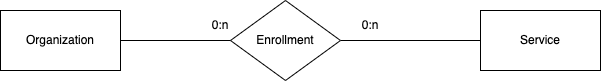
pagopa/devportal-docs keeps this draw.io diagram as docs/9E4vGfV6bOPGpOwZoKIm/.gitbook/assets/EnrollmentPS.drawio.png. Above is the earlier version. Source tidied: cells renumbered, new cells last; positions are measured from the earlier drawing's top-left corner, leaving out a move shared by most shapes. Its diagram source:
```xml
<mxGraphModel>
  <root>
    <mxCell id="0" />
    <mxCell id="1" parent="0" />
    <mxCell id="2" value="Organization" style="rounded=0;whiteSpace=wrap;html=1;" parent="1" vertex="1">
      <mxGeometry y="10" width="120" height="60" as="geometry" />
    </mxCell>
    <mxCell id="3" value="Service" style="rounded=0;whiteSpace=wrap;html=1;" parent="1" vertex="1">
      <mxGeometry x="480" y="10" width="120" height="60" as="geometry" />
    </mxCell>
    <mxCell id="4" style="edgeStyle=orthogonalEdgeStyle;rounded=0;jettySize=auto;html=1;exitX=1;exitY=0.5;exitDx=0;exitDy=0;entryX=0;entryY=0.5;entryDx=0;entryDy=0;endArrow=none;endFill=0;" parent="1" edge="1" source="5" target="3">
      <mxGeometry relative="1" as="geometry" />
    </mxCell>
    <mxCell id="5" value="Enrollment" style="rhombus;whiteSpace=wrap;html=1;" parent="1" vertex="1">
      <mxGeometry x="230" width="110" height="80" as="geometry" />
    </mxCell>
    <mxCell id="6" style="endArrow=none;html=1;rounded=0;exitX=1;exitY=0.5;exitDx=0;exitDy=0;entryX=0;entryY=0.5;entryDx=0;entryDy=0;" parent="1" edge="1" source="2" target="5">
      <mxGeometry relative="1" as="geometry" />
    </mxCell>
    <mxCell id="7" value="0:n" style="text;html=1;strokeColor=none;fillColor=none;align=center;verticalAlign=middle;whiteSpace=wrap;rounded=0;" parent="1" vertex="1">
      <mxGeometry x="190" y="10" width="60" height="30" as="geometry" />
    </mxCell>
    <mxCell id="8" value="0:n" style="text;html=1;strokeColor=none;fillColor=none;align=center;verticalAlign=middle;whiteSpace=wrap;rounded=0;" parent="1" vertex="1">
      <mxGeometry x="340" y="10" width="60" height="30" as="geometry" />
    </mxCell>
  </root>
</mxGraphModel>
```
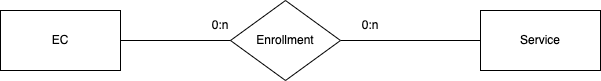
Later version of the same file.

Diff of the diagram source:
```diff
@@ -2,7 +2,7 @@
   <root>
     <mxCell id="0" />
     <mxCell id="1" parent="0" />
-    <mxCell id="2" value="Organization" style="rounded=0;whiteSpace=wrap;html=1;" parent="1" vertex="1">
+    <mxCell id="2" value="EC" style="rounded=0;whiteSpace=wrap;html=1;" parent="1" vertex="1">
       <mxGeometry y="10" width="120" height="60" as="geometry" />
     </mxCell>
     <mxCell id="3" value="Service" style="rounded=0;whiteSpace=wrap;html=1;" parent="1" vertex="1">
```
